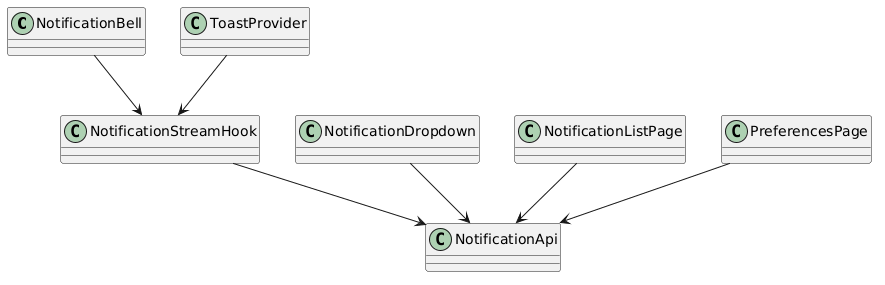
Before: docs/detailed-designs/diagrams/rendered/fe_class_notification.png, a diagram exported from PlantUML (QuinntyneBrown/LendQ).
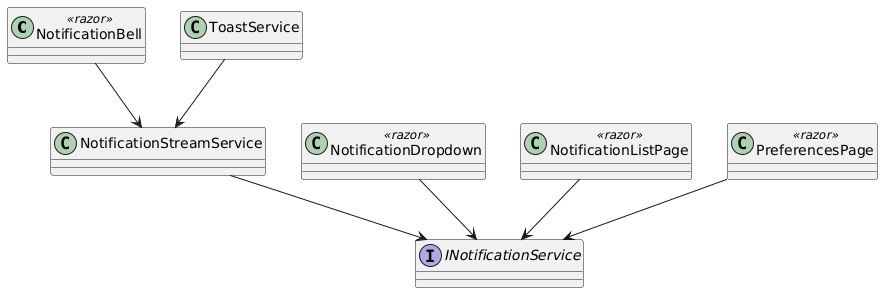
Later version of the same file.

Change to the diagram source:
```diff
@@ -1,17 +1,17 @@
 @startuml
 skinparam classAttributeIconSize 0
-class NotificationBell
-class NotificationDropdown
-class NotificationListPage
-class NotificationStreamHook
-class ToastProvider
-class PreferencesPage
-class NotificationApi
+class NotificationBell <<razor>>
+class NotificationDropdown <<razor>>
+class NotificationListPage <<razor>>
+class NotificationStreamService
+class ToastService
+class PreferencesPage <<razor>>
+interface INotificationService
 
-NotificationBell --> NotificationStreamHook
-NotificationDropdown --> NotificationApi
-NotificationListPage --> NotificationApi
-NotificationStreamHook --> NotificationApi
-PreferencesPage --> NotificationApi
-ToastProvider --> NotificationStreamHook
+NotificationBell --> NotificationStreamService
+NotificationDropdown --> INotificationService
+NotificationListPage --> INotificationService
+NotificationStreamService --> INotificationService
+PreferencesPage --> INotificationService
+ToastService --> NotificationStreamService
 @enduml
```
